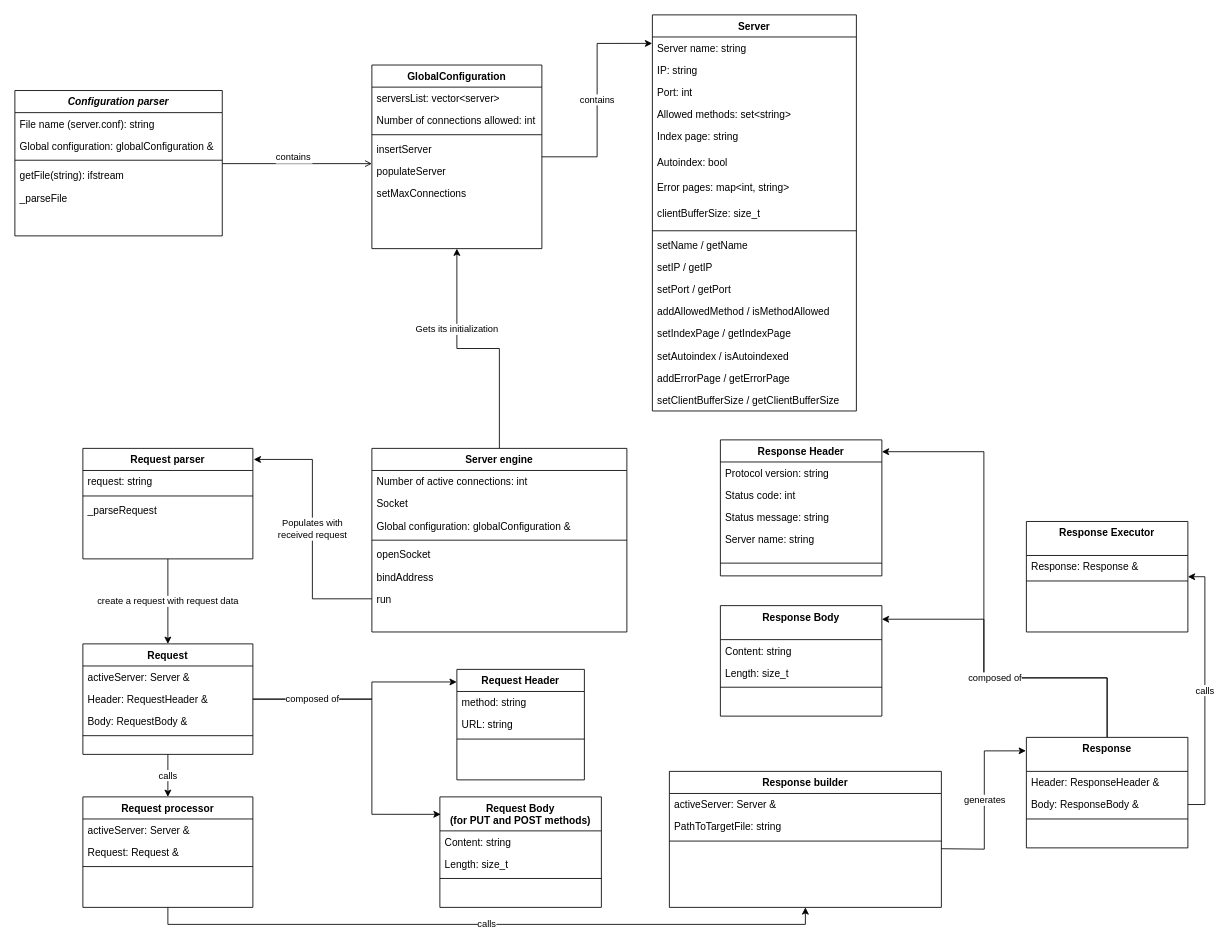
ababoum/webserv keeps this draw.io diagram as webserv_architecture.drawio. Above is the earlier version. Source tidied: cells renumbered, new cells numbered last; positions are measured from the earlier drawing's top-left corner, leaving out a move shared by most shapes. Both pictures are drawn from the tidied source at 85%, with x=0, y=0 at pixel (14, 14).
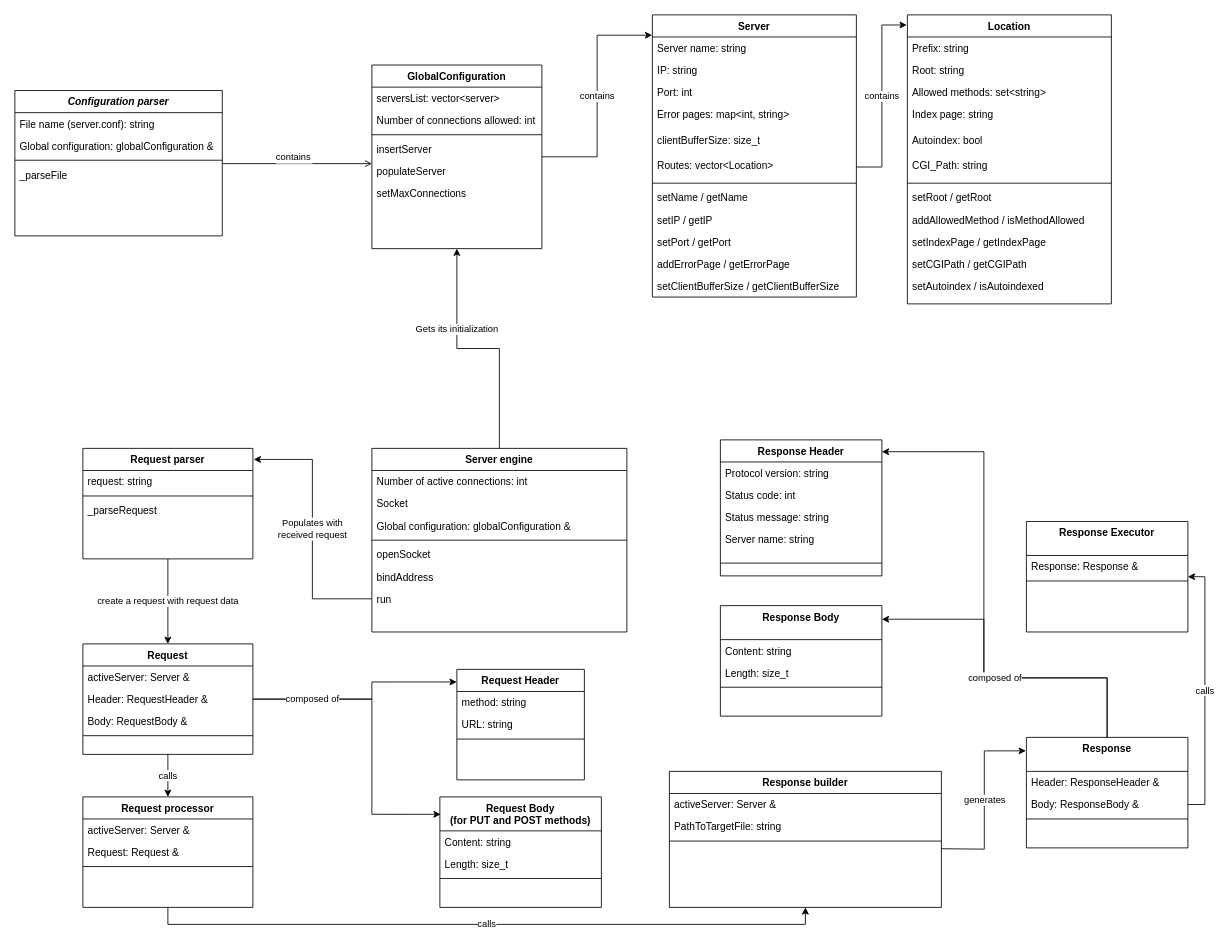
The same diagram, later.

Unchanged cells that the change refers to:
```xml
<mxCell id="2" value="Configuration parser" style="swimlane;fontStyle=3;align=center;verticalAlign=top;horizontal=1;startSize=26;rounded=0;shadow=0;strokeWidth=1;" parent="1" vertex="1">
  <mxGeometry y="89" width="244" height="171" as="geometry" />
</mxCell>
```

Change to the diagram source:
```diff
@@
-    <mxCell id="6" value="getFile(string): ifstream" style="text;align=left;verticalAlign=top;spacingLeft=4;spacingRight=4;overflow=hidden;" parent="2" vertex="1">
-      <mxGeometry y="86" width="244" height="28" as="geometry" />
-    </mxCell>
     <mxCell id="7" value="_parseFile" style="text;align=left;verticalAlign=top;spacingLeft=4;spacingRight=4;overflow=hidden;" parent="2" vertex="1">
-      <mxGeometry y="114" width="244" height="30" as="geometry" />
+      <mxGeometry y="86" width="244" height="30" as="geometry" />
     </mxCell>
@@
     <mxCell id="17" value="Server" style="swimlane;fontStyle=1;align=center;verticalAlign=top;horizontal=1;startSize=26;rounded=0;shadow=0;strokeWidth=1;glass=0;sketch=0;" parent="1" vertex="1">
-      <mxGeometry x="750" width="240" height="466" as="geometry" />
+      <mxGeometry x="750" width="240" height="332" as="geometry" />
     </mxCell>
@@
-    <mxCell id="21" value="Allowed methods: set&lt;string&gt;" style="text;align=left;verticalAlign=top;spacingLeft=4;spacingRight=4;overflow=hidden;rounded=0;shadow=0;html=0;fontStyle=0;" parent="17" vertex="1">
-      <mxGeometry y="104" width="240" height="26" as="geometry" />
-    </mxCell>
-    <mxCell id="22" value="Index page: string" style="text;align=left;verticalAlign=top;spacingLeft=4;spacingRight=4;overflow=hidden;rounded=0;shadow=0;html=0;fontStyle=0;" parent="17" vertex="1">
-      <mxGeometry y="130" width="240" height="30" as="geometry" />
-    </mxCell>
-    <mxCell id="23" value="Autoindex: bool" style="text;align=left;verticalAlign=top;spacingLeft=4;spacingRight=4;overflow=hidden;rounded=0;shadow=0;html=0;fontStyle=0;" parent="17" vertex="1">
-      <mxGeometry y="160" width="240" height="30" as="geometry" />
-    </mxCell>
     <mxCell id="24" value="Error pages: map&lt;int, string&gt;" style="text;align=left;verticalAlign=top;spacingLeft=4;spacingRight=4;overflow=hidden;rounded=0;shadow=0;html=0;fontStyle=0;" parent="17" vertex="1">
-      <mxGeometry y="190" width="240" height="30" as="geometry" />
+      <mxGeometry y="104" width="240" height="30" as="geometry" />
     </mxCell>
     <mxCell id="25" value="clientBufferSize: size_t" style="text;align=left;verticalAlign=top;spacingLeft=4;spacingRight=4;overflow=hidden;rounded=0;shadow=0;html=0;fontStyle=0;" parent="17" vertex="1">
-      <mxGeometry y="220" width="240" height="30" as="geometry" />
+      <mxGeometry y="134" width="240" height="30" as="geometry" />
     </mxCell>
+    <mxCell id="96" value="Routes: vector&lt;Location&gt;" style="text;align=left;verticalAlign=top;spacingLeft=4;spacingRight=4;overflow=hidden;points=[[0,0.5],[1,0.5]];portConstraint=eastwest;rounded=0;shadow=0;html=0;fontStyle=0;" parent="17" vertex="1">
+      <mxGeometry y="164" width="240" height="30" as="geometry" />
+    </mxCell>
     <mxCell id="26" style="line;html=1;strokeWidth=1;align=left;verticalAlign=middle;spacingTop=-1;spacingLeft=3;spacingRight=3;labelPosition=right;" parent="17" vertex="1">
-      <mxGeometry y="250" width="240" height="8" as="geometry" />
+      <mxGeometry y="194" width="240" height="8" as="geometry" />
     </mxCell>
     <mxCell id="27" value="setName / getName" style="text;align=left;verticalAlign=top;spacingLeft=4;spacingRight=4;overflow=hidden;" parent="17" vertex="1">
-      <mxGeometry y="258" width="240" height="26" as="geometry" />
+      <mxGeometry y="202" width="240" height="26" as="geometry" />
     </mxCell>
     <mxCell id="28" value="setIP / getIP" style="text;align=left;verticalAlign=top;spacingLeft=4;spacingRight=4;overflow=hidden;" parent="17" vertex="1">
-      <mxGeometry y="284" width="240" height="26" as="geometry" />
+      <mxGeometry y="228" width="240" height="26" as="geometry" />
     </mxCell>
     <mxCell id="29" value="setPort / getPort" style="text;align=left;verticalAlign=top;spacingLeft=4;spacingRight=4;overflow=hidden;" parent="17" vertex="1">
-      <mxGeometry y="310" width="240" height="26" as="geometry" />
+      <mxGeometry y="254" width="240" height="26" as="geometry" />
     </mxCell>
-    <mxCell id="30" value="addAllowedMethod / isMethodAllowed" style="text;align=left;verticalAlign=top;spacingLeft=4;spacingRight=4;overflow=hidden;" parent="17" vertex="1">
-      <mxGeometry y="336" width="240" height="26" as="geometry" />
-    </mxCell>
-    <mxCell id="31" value="setIndexPage / getIndexPage" style="text;align=left;verticalAlign=top;spacingLeft=4;spacingRight=4;overflow=hidden;" parent="17" vertex="1">
-      <mxGeometry y="362" width="240" height="26" as="geometry" />
-    </mxCell>
-    <mxCell id="32" value="setAutoindex / isAutoindexed" style="text;align=left;verticalAlign=top;spacingLeft=4;spacingRight=4;overflow=hidden;" parent="17" vertex="1">
-      <mxGeometry y="388" width="240" height="26" as="geometry" />
-    </mxCell>
     <mxCell id="33" value="addErrorPage / getErrorPage" style="text;align=left;verticalAlign=top;spacingLeft=4;spacingRight=4;overflow=hidden;" parent="17" vertex="1">
-      <mxGeometry y="414" width="240" height="26" as="geometry" />
+      <mxGeometry y="280" width="240" height="26" as="geometry" />
     </mxCell>
     <mxCell id="34" value="setClientBufferSize / getClientBufferSize" style="text;align=left;verticalAlign=top;spacingLeft=4;spacingRight=4;overflow=hidden;" parent="17" vertex="1">
-      <mxGeometry y="440" width="240" height="26" as="geometry" />
+      <mxGeometry y="306" width="240" height="26" as="geometry" />
     </mxCell>
@@
+    <mxCell id="97" value="Location" style="swimlane;fontStyle=1;align=center;verticalAlign=top;horizontal=1;startSize=26;rounded=0;shadow=0;strokeWidth=1;glass=0;sketch=0;" parent="1" vertex="1">
+      <mxGeometry x="1050" width="240" height="340" as="geometry" />
+    </mxCell>
+    <mxCell id="98" value="Prefix: string" style="text;align=left;verticalAlign=top;spacingLeft=4;spacingRight=4;overflow=hidden;rounded=0;shadow=0;html=0;fontStyle=0;" parent="97" vertex="1">
+      <mxGeometry y="26" width="240" height="26" as="geometry" />
+    </mxCell>
+    <mxCell id="99" value="Root: string" style="text;align=left;verticalAlign=top;spacingLeft=4;spacingRight=4;overflow=hidden;rounded=0;shadow=0;html=0;fontStyle=0;" parent="97" vertex="1">
+      <mxGeometry y="52" width="240" height="26" as="geometry" />
+    </mxCell>
+    <mxCell id="21" value="Allowed methods: set&lt;string&gt;" style="text;align=left;verticalAlign=top;spacingLeft=4;spacingRight=4;overflow=hidden;rounded=0;shadow=0;html=0;fontStyle=0;" parent="97" vertex="1">
+      <mxGeometry y="78" width="240" height="26" as="geometry" />
+    </mxCell>
+    <mxCell id="22" value="Index page: string" style="text;align=left;verticalAlign=top;spacingLeft=4;spacingRight=4;overflow=hidden;rounded=0;shadow=0;html=0;fontStyle=0;" parent="97" vertex="1">
+      <mxGeometry y="104" width="240" height="30" as="geometry" />
+    </mxCell>
+    <mxCell id="23" value="Autoindex: bool" style="text;align=left;verticalAlign=top;spacingLeft=4;spacingRight=4;overflow=hidden;rounded=0;shadow=0;html=0;fontStyle=0;" parent="97" vertex="1">
+      <mxGeometry y="134" width="240" height="30" as="geometry" />
+    </mxCell>
+    <mxCell id="100" value="CGI_Path: string" style="text;align=left;verticalAlign=top;spacingLeft=4;spacingRight=4;overflow=hidden;rounded=0;shadow=0;html=0;fontStyle=0;" parent="97" vertex="1">
+      <mxGeometry y="164" width="240" height="30" as="geometry" />
+    </mxCell>
+    <mxCell id="101" style="line;html=1;strokeWidth=1;align=left;verticalAlign=middle;spacingTop=-1;spacingLeft=3;spacingRight=3;labelPosition=right;" parent="97" vertex="1">
+      <mxGeometry y="194" width="240" height="8" as="geometry" />
+    </mxCell>
+    <mxCell id="102" value="setRoot / getRoot" style="text;align=left;verticalAlign=top;spacingLeft=4;spacingRight=4;overflow=hidden;" parent="97" vertex="1">
+      <mxGeometry y="202" width="240" height="26" as="geometry" />
+    </mxCell>
+    <mxCell id="30" value="addAllowedMethod / isMethodAllowed" style="text;align=left;verticalAlign=top;spacingLeft=4;spacingRight=4;overflow=hidden;" parent="97" vertex="1">
+      <mxGeometry y="228" width="240" height="26" as="geometry" />
+    </mxCell>
+    <mxCell id="31" value="setIndexPage / getIndexPage" style="text;align=left;verticalAlign=top;spacingLeft=4;spacingRight=4;overflow=hidden;" parent="97" vertex="1">
+      <mxGeometry y="254" width="240" height="26" as="geometry" />
+    </mxCell>
+    <mxCell id="103" value="setCGIPath / getCGIPath" style="text;align=left;verticalAlign=top;spacingLeft=4;spacingRight=4;overflow=hidden;" parent="97" vertex="1">
+      <mxGeometry y="280" width="240" height="26" as="geometry" />
+    </mxCell>
+    <mxCell id="32" value="setAutoindex / isAutoindexed" style="text;align=left;verticalAlign=top;spacingLeft=4;spacingRight=4;overflow=hidden;" parent="97" vertex="1">
+      <mxGeometry y="306" width="240" height="26" as="geometry" />
+    </mxCell>
+    <mxCell id="104" value="contains" style="edgeStyle=orthogonalEdgeStyle;html=1;entryX=-0.003;entryY=0.035;entryDx=0;entryDy=0;entryPerimeter=0;exitX=1;exitY=0.5;exitDx=0;exitDy=0;rounded=0;" parent="1" edge="1" source="96" target="97">
+      <mxGeometry relative="1" as="geometry" />
+    </mxCell>
```
